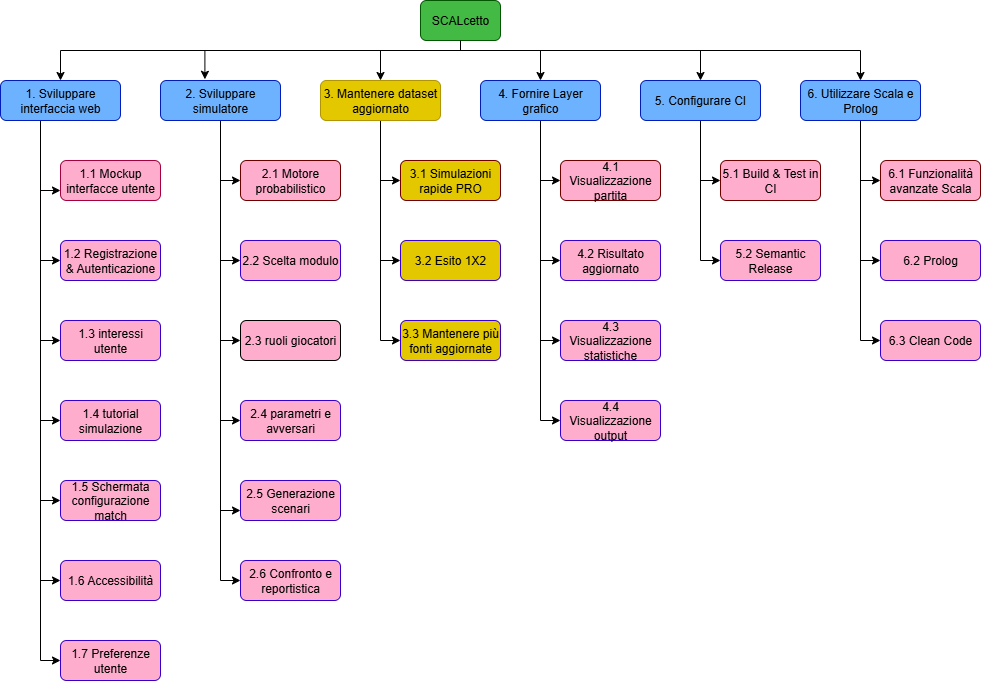
This is docs/resources/RBS.png from TommasoBrini/PM-SCALcetto, a draw.io export, as it was before one commit. Source tidied: cells renumbered, new cells last; positions are measured from the earlier drawing's top-left corner, leaving out a move shared by most shapes.
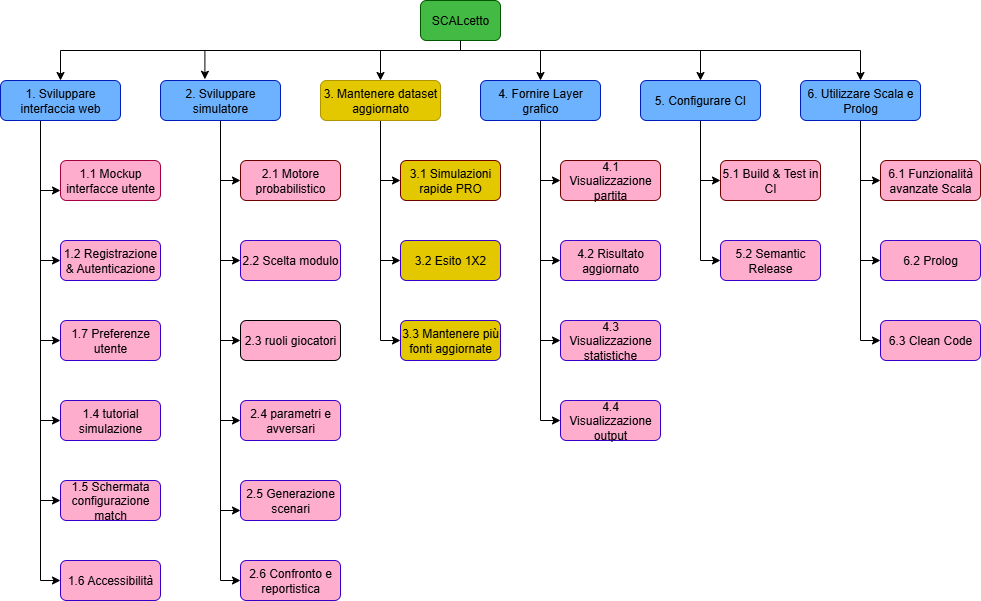
Later version of the same file.

Diff of the diagram source:
```diff
@@ -87,13 +87,6 @@
         </Array>
       </mxGeometry>
     </mxCell>
-    <mxCell id="14" style="edgeStyle=orthogonalEdgeStyle;rounded=0;jettySize=auto;html=1;entryX=0;entryY=0.5;entryDx=0;entryDy=0;" parent="1" edge="1" source="15" target="49">
-      <mxGeometry relative="1" as="geometry">
-        <Array as="points">
-          <mxPoint x="40" y="660" />
-        </Array>
-      </mxGeometry>
-    </mxCell>
     <mxCell id="15" value="&lt;font style=&quot;color: light-dark(rgb(0, 0, 0), rgb(0, 0, 0));&quot;&gt;1. Sviluppare interfaccia web&lt;/font&gt;" style="rounded=1;whiteSpace=wrap;html=1;fillColor=light-dark(#6DB2FF,#6DB2FF);fontColor=#ffffff;strokeColor=#001DBC;" parent="1" vertex="1">
       <mxGeometry y="80" width="120" height="40" as="geometry" />
     </mxCell>
@@ -205,9 +198,6 @@
     <mxCell id="48" value="&lt;span&gt;&lt;font style=&quot;color: light-dark(rgb(0, 0, 0), rgb(0, 0, 0));&quot;&gt;2.1 Motore probabilistico&lt;/font&gt;&lt;/span&gt;" style="rounded=1;whiteSpace=wrap;html=1;fillColor=light-dark(#FFADCD,#FFADCD);fontColor=#ffffff;strokeColor=#6F0000;" parent="1" vertex="1">
       <mxGeometry x="240" y="160" width="100" height="40" as="geometry" />
     </mxCell>
-    <mxCell id="49" value="&lt;span&gt;&lt;font style=&quot;color: light-dark(rgb(0, 0, 0), rgb(0, 0, 0));&quot;&gt;1.7 Preferenze utente&lt;/font&gt;&lt;/span&gt;" style="rounded=1;whiteSpace=wrap;html=1;fillColor=light-dark(#FFADCD,#FFADCD);fontColor=#ffffff;strokeColor=#3700CC;" parent="1" vertex="1">
-      <mxGeometry x="60" y="640" width="100" height="40" as="geometry" />
-    </mxCell>
     <mxCell id="50" value="&lt;span&gt;&lt;font style=&quot;color: light-dark(rgb(0, 0, 0), rgb(0, 0, 0));&quot;&gt;1.6 Accessibilità&lt;/font&gt;&lt;/span&gt;" style="rounded=1;whiteSpace=wrap;html=1;fillColor=light-dark(#FFADCD,#FFADCD);fontColor=#ffffff;strokeColor=#3700CC;" parent="1" vertex="1">
       <mxGeometry x="60" y="560" width="100" height="40" as="geometry" />
     </mxCell>
@@ -217,7 +207,7 @@
     <mxCell id="52" value="&lt;span&gt;&lt;font style=&quot;color: light-dark(rgb(0, 0, 0), rgb(0, 0, 0));&quot;&gt;1.4 tutorial simulazione&lt;/font&gt;&lt;/span&gt;" style="rounded=1;whiteSpace=wrap;html=1;fillColor=light-dark(#FFADCD,#FFADCD);fontColor=#ffffff;strokeColor=#3700CC;" parent="1" vertex="1">
       <mxGeometry x="60" y="400" width="100" height="40" as="geometry" />
     </mxCell>
-    <mxCell id="53" value="&lt;span&gt;&lt;font style=&quot;color: light-dark(rgb(0, 0, 0), rgb(0, 0, 0));&quot;&gt;1.3 interessi utente&lt;/font&gt;&lt;/span&gt;" style="rounded=1;whiteSpace=wrap;html=1;fillColor=light-dark(#FFADCD,#FFADCD);fontColor=#ffffff;strokeColor=#3700CC;" parent="1" vertex="1">
+    <mxCell id="53" value="&lt;span&gt;&lt;font style=&quot;color: light-dark(rgb(0, 0, 0), rgb(0, 0, 0));&quot;&gt;1.7 Preferenze utente&lt;/font&gt;&lt;/span&gt;" style="rounded=1;whiteSpace=wrap;html=1;fillColor=light-dark(#FFADCD,#FFADCD);fontColor=#ffffff;strokeColor=#3700CC;" parent="1" vertex="1">
       <mxGeometry x="60" y="320" width="100" height="40" as="geometry" />
     </mxCell>
     <mxCell id="54" value="&lt;span&gt;&lt;font style=&quot;color: light-dark(rgb(0, 0, 0), rgb(0, 0, 0));&quot;&gt;1.1 Mockup interfacce utente&lt;/font&gt;&lt;/span&gt;" style="rounded=1;whiteSpace=wrap;html=1;fillColor=light-dark(#FFADCD,#FFADCD);fontColor=#ffffff;strokeColor=#A50040;" parent="1" vertex="1">
```
